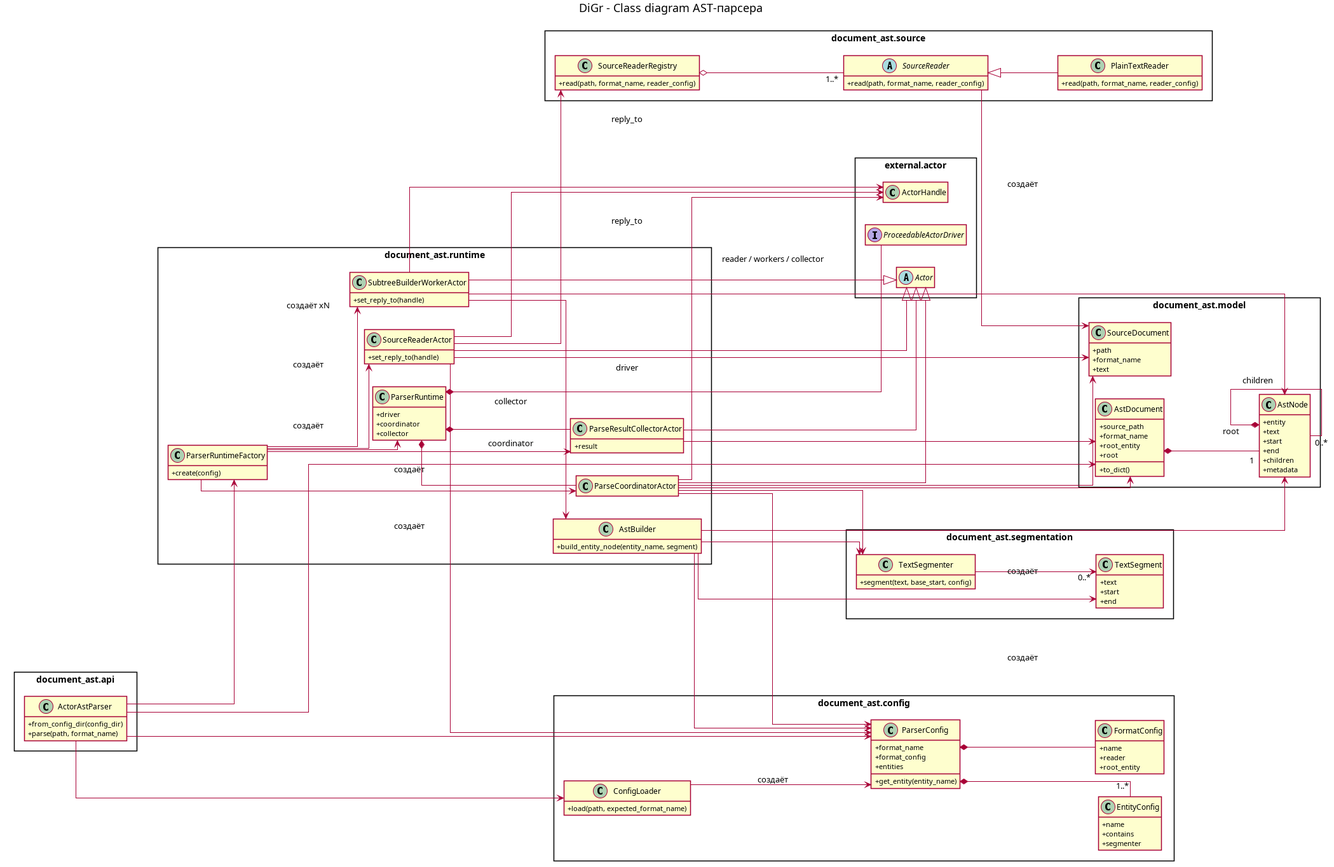
This is docs/uml/ast_parser_architecture.png from Forthey/DiGr, a PlantUML export, as it was before one commit. Its source is kept beside it as docs/uml/ast_parser_architecture.puml. Its diagram source:
```plantuml
@startuml
left to right direction
skinparam packageStyle rectangle
skinparam linetype ortho
skinparam classAttributeIconSize 0
skinparam shadowing false
hide empty members

title DiGr - Class diagram AST-парсера

package "external.actor" {
  abstract class Actor
  class ActorHandle
  interface ProceedableActorDriver
}

package "document_ast.api" {
  class ActorAstParser {
    +from_config_dir(config_dir)
    +parse(path, format_name)
  }
}

package "document_ast.config" {
  class ConfigLoader {
    +load(path, expected_format_name)
  }

  class ParserConfig {
    +format_name
    +format_config
    +entities
    +get_entity(entity_name)
  }

  class FormatConfig {
    +name
    +reader
    +root_entity
  }

  class EntityConfig {
    +name
    +contains
    +segmenter
  }

  ConfigLoader --> ParserConfig : создаёт
  ParserConfig *-- FormatConfig
  ParserConfig *-- "1..*" EntityConfig
}

package "document_ast.model" {
  class SourceDocument {
    +path
    +format_name
    +text
  }

  class AstNode {
    +entity
    +text
    +start
    +end
    +children
    +metadata
  }

  class AstDocument {
    +source_path
    +format_name
    +root_entity
    +root
    +to_dict()
  }

  AstDocument *-- "1" AstNode : root
  AstNode *-- "0..*" AstNode : children
}

package "document_ast.source" {
  abstract class SourceReader {
    +read(path, format_name, reader_config)
  }

  class PlainTextReader {
    +read(path, format_name, reader_config)
  }

  class SourceReaderRegistry {
    +read(path, format_name, reader_config)
  }

  SourceReader <|-- PlainTextReader
  SourceReaderRegistry o-- "1..*" SourceReader
  SourceReader --> SourceDocument : создаёт
}

package "document_ast.segmentation" {
  class TextSegment {
    +text
    +start
    +end
  }

  class TextSegmenter {
    +segment(text, base_start, config)
  }

  TextSegmenter --> "0..*" TextSegment : создаёт
}

package "document_ast.runtime" {
  class AstBuilder {
    +build_entity_node(entity_name, segment)
  }

  class ParserRuntime {
    +driver
    +coordinator
    +collector
  }

  class ParserRuntimeFactory {
    +create(config)
  }

  class ParseCoordinatorActor
  class SourceReaderActor {
    +set_reply_to(handle)
  }

  class SubtreeBuilderWorkerActor {
    +set_reply_to(handle)
  }

  class ParseResultCollectorActor {
    +result
  }

  ParserRuntimeFactory --> ParserRuntime : создаёт
  ParserRuntimeFactory --> ParseCoordinatorActor : создаёт
  ParserRuntimeFactory --> SourceReaderActor : создаёт
  ParserRuntimeFactory --> SubtreeBuilderWorkerActor : создаёт xN
  ParserRuntimeFactory --> ParseResultCollectorActor : создаёт

  ParserRuntime *-- ProceedableActorDriver : driver
  ParserRuntime *-- ParseCoordinatorActor : coordinator
  ParserRuntime *-- ParseResultCollectorActor : collector

  AstBuilder --> ParserConfig
  AstBuilder --> TextSegmenter
  AstBuilder --> TextSegment
  AstBuilder --> AstNode : создаёт

  ParseCoordinatorActor --|> Actor
  SourceReaderActor --|> Actor
  SubtreeBuilderWorkerActor --|> Actor
  ParseResultCollectorActor --|> Actor

  ParseCoordinatorActor --> ParserConfig
  ParseCoordinatorActor --> TextSegmenter
  ParseCoordinatorActor --> SourceDocument
  ParseCoordinatorActor --> AstDocument
  ParseCoordinatorActor --> ActorHandle : reader / workers / collector

  SourceReaderActor --> ParserConfig
  SourceReaderActor --> SourceReaderRegistry
  SourceReaderActor --> SourceDocument
  SourceReaderActor --> ActorHandle : reply_to

  SubtreeBuilderWorkerActor --> AstBuilder
  SubtreeBuilderWorkerActor --> AstNode
  SubtreeBuilderWorkerActor --> ActorHandle : reply_to

  ParseResultCollectorActor --> AstDocument
}

ActorAstParser --> ConfigLoader
ActorAstParser --> ParserRuntimeFactory
ActorAstParser --> ParserConfig
ActorAstParser --> AstDocument

@enduml
```
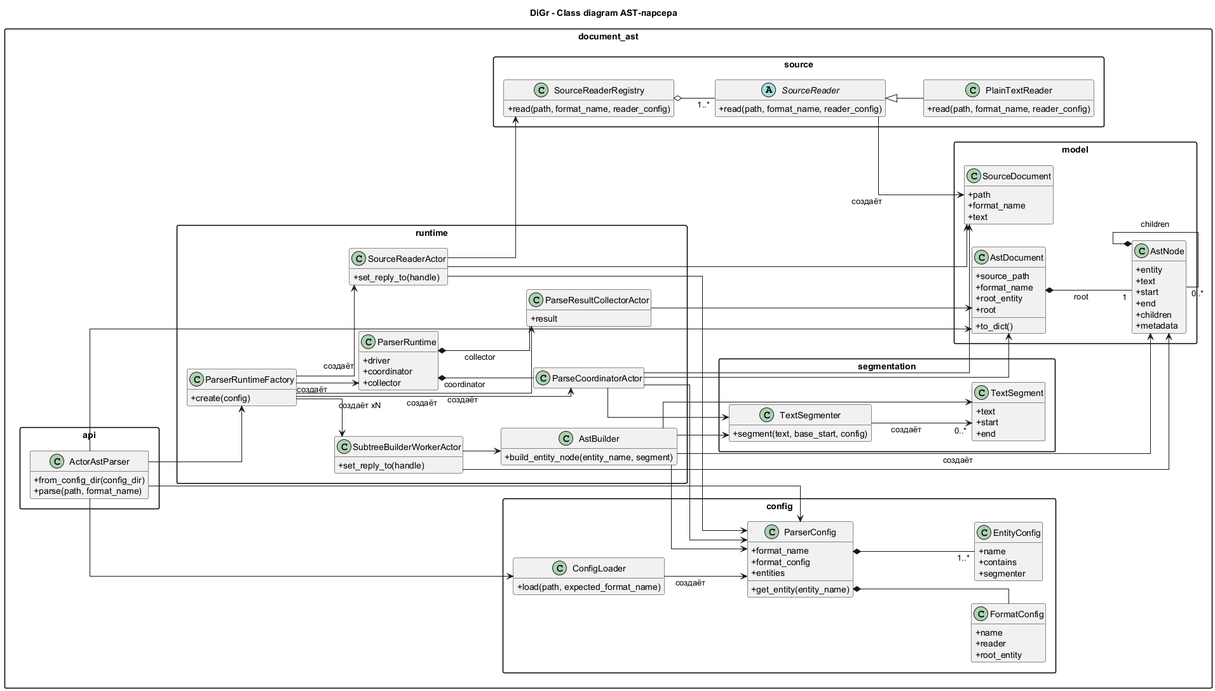
After the commit.

What changed in the source:
```diff
@@ -7,12 +7,6 @@
 hide empty members
 
 title DiGr - Class diagram AST-парсера
-
-package "external.actor" {
-  abstract class Actor
-  class ActorHandle
-  interface ProceedableActorDriver
-}
 
 package "document_ast.api" {
   class ActorAstParser {
@@ -144,7 +138,6 @@
   ParserRuntimeFactory --> SubtreeBuilderWorkerActor : создаёт xN
   ParserRuntimeFactory --> ParseResultCollectorActor : создаёт
 
-  ParserRuntime *-- ProceedableActorDriver : driver
   ParserRuntime *-- ParseCoordinatorActor : coordinator
   ParserRuntime *-- ParseResultCollectorActor : collector
 
@@ -153,25 +146,17 @@
   AstBuilder --> TextSegment
   AstBuilder --> AstNode : создаёт
 
-  ParseCoordinatorActor --|> Actor
-  SourceReaderActor --|> Actor
-  SubtreeBuilderWorkerActor --|> Actor
-  ParseResultCollectorActor --|> Actor
-
   ParseCoordinatorActor --> ParserConfig
   ParseCoordinatorActor --> TextSegmenter
   ParseCoordinatorActor --> SourceDocument
   ParseCoordinatorActor --> AstDocument
-  ParseCoordinatorActor --> ActorHandle : reader / workers / collector
 
   SourceReaderActor --> ParserConfig
   SourceReaderActor --> SourceReaderRegistry
   SourceReaderActor --> SourceDocument
-  SourceReaderActor --> ActorHandle : reply_to
 
   SubtreeBuilderWorkerActor --> AstBuilder
   SubtreeBuilderWorkerActor --> AstNode
-  SubtreeBuilderWorkerActor --> ActorHandle : reply_to
 
   ParseResultCollectorActor --> AstDocument
 }
```
